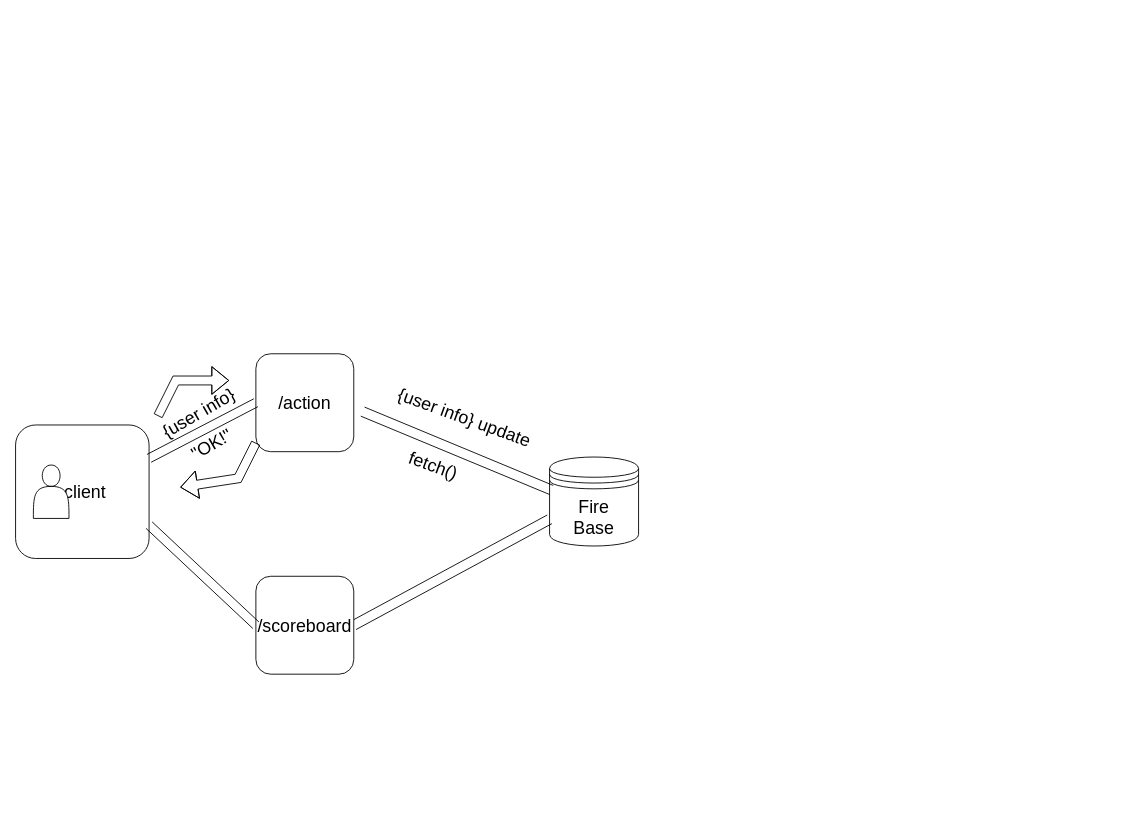
The draw.io diagram INC_HC.drawio in zjvlwndehr/drawio, before the edit. Source tidied: cells renumbered, new cells numbered last; positions are measured from the earlier drawing's top-left corner, leaving out a move shared by most shapes. Both pictures are drawn from the tidied source at 89%, with x=0, y=0 at pixel (15, 353).
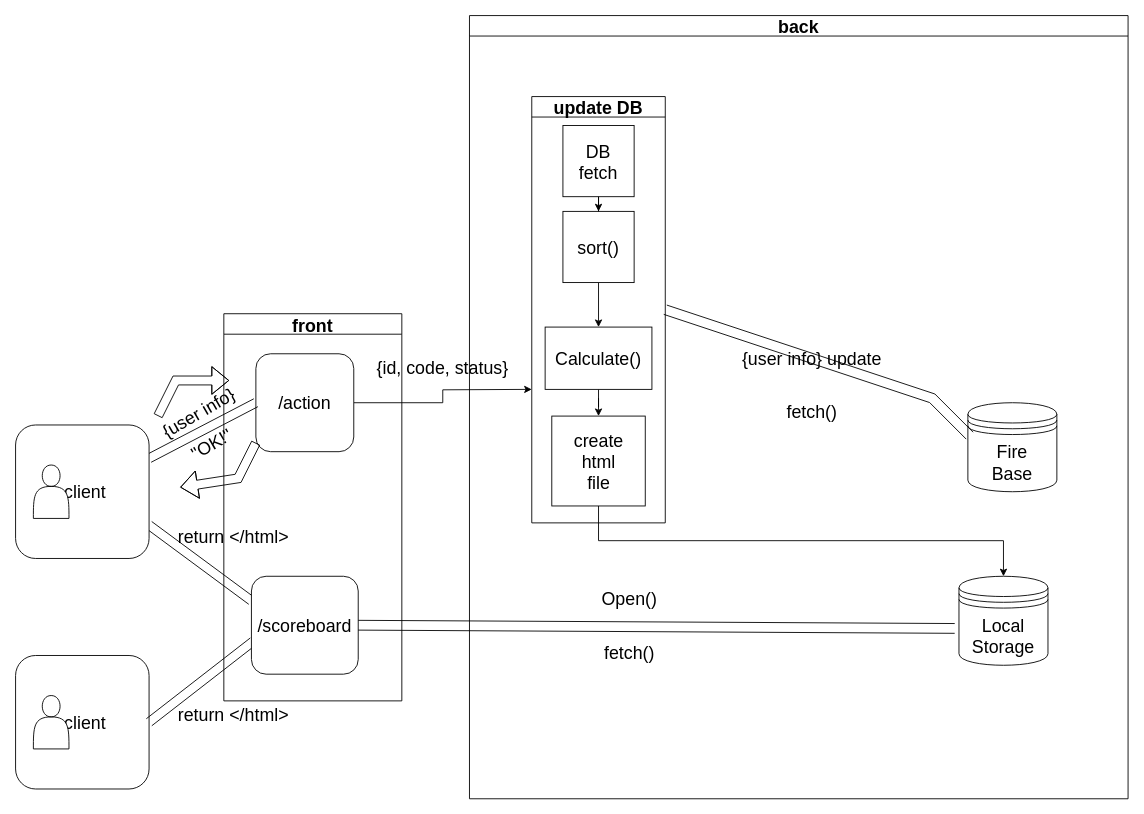
The same page after the edit.

Unchanged cells that the change refers to:
```xml
<mxCell id="6" value="/action" style="rounded=1;whiteSpace=wrap;html=1;fontSize=20;" parent="1" vertex="1">
  <mxGeometry x="270" width="110" height="110" as="geometry" />
</mxCell>
```

The edit, as a diff of the source:
```diff
@@
-    <mxCell id="2" value="&lt;span style=&quot;white-space: pre;&quot;&gt; &lt;/span&gt;&lt;span style=&quot;white-space: pre;&quot;&gt; &lt;/span&gt;&lt;font style=&quot;font-size: 20px;&quot;&gt;client&lt;/font&gt;" style="rounded=1;whiteSpace=wrap;html=1;" parent="1" vertex="1">
-      <mxGeometry y="80" width="150" height="150" as="geometry" />
-    </mxCell>
-    <mxCell id="3" style="shape=actor;whiteSpace=wrap;html=1;" parent="1" vertex="1">
-      <mxGeometry x="20" y="125" width="40" height="60" as="geometry" />
-    </mxCell>
-    <mxCell id="4" value="Fire&lt;br&gt;Base" style="shape=datastore;whiteSpace=wrap;html=1;fontSize=20;" parent="1" vertex="1">
-      <mxGeometry x="600" y="116" width="100" height="100" as="geometry" />
-    </mxCell>
-    <mxCell id="5" style="shape=link;html=1;rounded=0;fontSize=20;exitX=1;exitY=0.5;exitDx=0;exitDy=0;width=11;entryX=0;entryY=0.7;entryDx=0;entryDy=0;" parent="1" edge="1" source="14" target="4">
-      <mxGeometry relative="1" as="geometry" />
-    </mxCell>
+    <mxCell id="17" style="edgeStyle=orthogonalEdgeStyle;rounded=0;jettySize=auto;html=1;exitX=1;exitY=0.5;exitDx=0;exitDy=0;fontSize=20;" parent="1" edge="1" source="6">
+      <mxGeometry relative="1" as="geometry">
+        <mxPoint x="580" y="40" as="targetPoint" />
+      </mxGeometry>
+    </mxCell>
@@
+    <mxCell id="15" style="shape=link;html=1;rounded=0;fontSize=20;exitX=1;exitY=0.75;exitDx=0;exitDy=0;width=10;entryX=0;entryY=0.25;entryDx=0;entryDy=0;" parent="1" edge="1" source="2" target="14">
+      <mxGeometry x="0.13" y="81" relative="1" as="geometry">
+        <mxPoint y="-1" as="offset" />
+      </mxGeometry>
+    </mxCell>
+    <mxCell id="18" style="group;" parent="1" vertex="1">
+      <mxGeometry y="80" width="150" height="150" as="geometry" />
+    </mxCell>
+    <mxCell id="2" value="&lt;span style=&quot;white-space: pre;&quot;&gt; &lt;/span&gt;&lt;span style=&quot;white-space: pre;&quot;&gt; &lt;/span&gt;&lt;font style=&quot;font-size: 20px;&quot;&gt;client&lt;/font&gt;" style="rounded=1;whiteSpace=wrap;html=1;" parent="18" vertex="1">
+      <mxGeometry width="150" height="150" as="geometry" />
+    </mxCell>
+    <mxCell id="3" style="shape=actor;whiteSpace=wrap;html=1;" parent="18" vertex="1">
+      <mxGeometry x="20" y="45" width="40" height="60" as="geometry" />
+    </mxCell>
+    <mxCell id="19" style="group;" parent="1" vertex="1">
+      <mxGeometry y="339" width="150" height="150" as="geometry" />
+    </mxCell>
+    <mxCell id="20" value="&lt;span style=&quot;white-space: pre;&quot;&gt; &lt;/span&gt;&lt;span style=&quot;white-space: pre;&quot;&gt; &lt;/span&gt;&lt;font style=&quot;font-size: 20px;&quot;&gt;client&lt;/font&gt;" style="rounded=1;whiteSpace=wrap;html=1;" parent="19" vertex="1">
+      <mxGeometry width="150" height="150" as="geometry" />
+    </mxCell>
+    <mxCell id="21" style="shape=actor;whiteSpace=wrap;html=1;" parent="19" vertex="1">
+      <mxGeometry x="20" y="45" width="40" height="60" as="geometry" />
+    </mxCell>
+    <mxCell id="22" style="shape=link;html=1;rounded=0;fontSize=20;exitX=1;exitY=0.5;exitDx=0;exitDy=0;width=10;entryX=0.015;entryY=0.666;entryDx=0;entryDy=0;entryPerimeter=0;" parent="1" edge="1" source="20" target="14">
+      <mxGeometry x="0.13" y="81" relative="1" as="geometry">
+        <mxPoint y="-1" as="offset" />
+      </mxGeometry>
+    </mxCell>
+    <mxCell id="23" value="front" style="swimlane;fontSize=20;" parent="1" vertex="1">
+      <mxGeometry x="234" y="-45" width="200" height="435" as="geometry" />
+    </mxCell>
+    <mxCell id="14" value="/scoreboard" style="rounded=1;whiteSpace=wrap;html=1;fontSize=20;" parent="23" vertex="1">
+      <mxGeometry x="31" y="295" width="120" height="110" as="geometry" />
+    </mxCell>
+    <mxCell id="24" value="return &amp;lt;/html&amp;gt;" style="text;html=1;strokeColor=none;fillColor=none;align=center;verticalAlign=middle;whiteSpace=wrap;rounded=0;fontSize=20;" parent="23" vertex="1">
+      <mxGeometry x="-64" y="235" width="150" height="30" as="geometry" />
+    </mxCell>
+    <mxCell id="25" style="group;" parent="1" vertex="1">
+      <mxGeometry x="890" y="-33.2" width="280" height="242.2" as="geometry" />
+    </mxCell>
+    <mxCell id="26" style="group;" parent="25" vertex="1">
+      <mxGeometry width="280" height="242.2" as="geometry" />
+    </mxCell>
+    <mxCell id="4" value="Fire&lt;br&gt;Base" style="shape=datastore;whiteSpace=wrap;html=1;fontSize=20;" parent="26" vertex="1">
+      <mxGeometry x="180" y="88.2" width="100" height="100" as="geometry" />
+    </mxCell>
-    <mxCell id="12" value="fetch()" style="text;html=1;strokeColor=none;fillColor=none;align=center;verticalAlign=middle;whiteSpace=wrap;rounded=0;fontSize=20;rotation=20;" parent="1" vertex="1">
-      <mxGeometry x="440" y="110" width="60" height="30" as="geometry" />
+    <mxCell id="12" value="fetch()" style="text;html=1;strokeColor=none;fillColor=none;align=center;verticalAlign=middle;whiteSpace=wrap;rounded=0;fontSize=20;rotation=0;" parent="26" vertex="1">
+      <mxGeometry x="-25" y="83.2" width="60" height="30" as="geometry" />
     </mxCell>
-    <mxCell id="13" value="{user info} update" style="text;html=1;strokeColor=none;fillColor=none;align=center;verticalAlign=middle;whiteSpace=wrap;rounded=0;fontSize=20;rotation=20;" parent="1" vertex="1">
-      <mxGeometry x="420" y="56" width="170" height="30" as="geometry" />
+    <mxCell id="13" value="{user info} update" style="text;html=1;strokeColor=none;fillColor=none;align=center;verticalAlign=middle;whiteSpace=wrap;rounded=0;fontSize=20;rotation=0;" parent="26" vertex="1">
+      <mxGeometry x="-80" y="23.2" width="170" height="30" as="geometry" />
     </mxCell>
-    <mxCell id="14" value="/scoreboard" style="rounded=1;whiteSpace=wrap;html=1;fontSize=20;" parent="1" vertex="1">
-      <mxGeometry x="270" y="250" width="110" height="110" as="geometry" />
-    </mxCell>
-    <mxCell id="15" style="shape=link;html=1;rounded=0;fontSize=20;exitX=1;exitY=0.75;exitDx=0;exitDy=0;width=10;entryX=0;entryY=0.5;entryDx=0;entryDy=0;" parent="1" edge="1" source="2" target="14">
-      <mxGeometry x="0.13" y="81" relative="1" as="geometry">
-        <mxPoint y="-1" as="offset" />
-      </mxGeometry>
-    </mxCell>
+    <mxCell id="27" value="return &amp;lt;/html&amp;gt;" style="text;html=1;strokeColor=none;fillColor=none;align=center;verticalAlign=middle;whiteSpace=wrap;rounded=0;fontSize=20;" parent="1" vertex="1">
+      <mxGeometry x="170" y="390" width="150" height="30" as="geometry" />
+    </mxCell>
+    <mxCell id="28" value="{id, code, status}" style="text;html=1;strokeColor=none;fillColor=none;align=center;verticalAlign=middle;whiteSpace=wrap;rounded=0;fontSize=20;" parent="1" vertex="1">
+      <mxGeometry x="390" width="180" height="30" as="geometry" />
+    </mxCell>
+    <mxCell id="5" style="shape=link;html=1;rounded=0;fontSize=20;width=11;exitX=1;exitY=0.5;exitDx=0;exitDy=0;entryX=-0.048;entryY=0.586;entryDx=0;entryDy=0;entryPerimeter=0;" parent="1" edge="1" source="14" target="29">
+      <mxGeometry relative="1" as="geometry" />
+    </mxCell>
+    <mxCell id="29" value="Local&lt;br&gt;Storage" style="shape=datastore;whiteSpace=wrap;html=1;fontSize=20;" parent="1" vertex="1">
+      <mxGeometry x="1060" y="250" width="100" height="100" as="geometry" />
+    </mxCell>
+    <mxCell id="30" style="edgeStyle=orthogonalEdgeStyle;rounded=0;jettySize=auto;html=1;entryX=0.5;entryY=0;entryDx=0;entryDy=0;fontSize=20;" parent="1" edge="1" source="39" target="29">
+      <mxGeometry relative="1" as="geometry">
+        <Array as="points">
+          <mxPoint x="655" y="210" />
+          <mxPoint x="1110" y="210" />
+        </Array>
+      </mxGeometry>
+    </mxCell>
+    <mxCell id="31" value="Open()" style="text;html=1;strokeColor=none;fillColor=none;align=center;verticalAlign=middle;whiteSpace=wrap;rounded=0;fontSize=20;" parent="1" vertex="1">
+      <mxGeometry x="660" y="260" width="60" height="30" as="geometry" />
+    </mxCell>
+    <mxCell id="32" value="fetch()" style="text;html=1;strokeColor=none;fillColor=none;align=center;verticalAlign=middle;whiteSpace=wrap;rounded=0;fontSize=20;" parent="1" vertex="1">
+      <mxGeometry x="660" y="320" width="60" height="30" as="geometry" />
+    </mxCell>
+    <mxCell id="33" value="back" style="swimlane;fontSize=20;" parent="1" vertex="1">
+      <mxGeometry x="510" y="-380" width="740" height="880" as="geometry" />
+    </mxCell>
+    <mxCell id="34" value="update DB" style="swimlane;fontSize=20;startSize=23;" parent="33" vertex="1">
+      <mxGeometry x="70" y="91" width="150" height="479" as="geometry" />
+    </mxCell>
+    <mxCell id="35" style="edgeStyle=orthogonalEdgeStyle;rounded=0;jettySize=auto;html=1;fontSize=20;" parent="34" edge="1" source="36" target="38">
+      <mxGeometry relative="1" as="geometry" />
+    </mxCell>
+    <mxCell id="36" value="DB&lt;br&gt;fetch" style="whiteSpace=wrap;html=1;fontSize=20;" parent="34" vertex="1">
+      <mxGeometry x="35" y="32.5" width="80" height="80" as="geometry" />
+    </mxCell>
+    <mxCell id="37" style="edgeStyle=orthogonalEdgeStyle;rounded=0;jettySize=auto;html=1;fontSize=20;" parent="34" edge="1" source="38" target="41">
+      <mxGeometry relative="1" as="geometry" />
+    </mxCell>
+    <mxCell id="38" value="sort()" style="whiteSpace=wrap;html=1;fontSize=20;" parent="34" vertex="1">
+      <mxGeometry x="35" y="129" width="80" height="80" as="geometry" />
+    </mxCell>
+    <mxCell id="39" value="create&lt;br&gt;html&lt;br&gt;file" style="whiteSpace=wrap;html=1;fontSize=20;" parent="34" vertex="1">
+      <mxGeometry x="22.5" y="359" width="105" height="101" as="geometry" />
+    </mxCell>
+    <mxCell id="40" style="edgeStyle=orthogonalEdgeStyle;rounded=0;jettySize=auto;html=1;fontSize=20;" parent="34" edge="1" source="41" target="39">
+      <mxGeometry relative="1" as="geometry" />
+    </mxCell>
+    <mxCell id="41" value="Calculate()" style="whiteSpace=wrap;html=1;fontSize=20;" parent="34" vertex="1">
+      <mxGeometry x="15" y="259" width="120" height="70" as="geometry" />
+    </mxCell>
-    <mxCell id="16" style="shape=link;html=1;rounded=0;fontSize=20;exitX=1;exitY=0.5;exitDx=0;exitDy=0;width=11;entryX=0.02;entryY=0.37;entryDx=0;entryDy=0;entryPerimeter=0;" parent="1" edge="1" target="4">
+    <mxCell id="16" style="shape=link;html=1;rounded=0;fontSize=20;width=11;entryX=0.02;entryY=0.37;entryDx=0;entryDy=0;entryPerimeter=0;exitX=1;exitY=0.5;exitDx=0;exitDy=0;" parent="1" edge="1" source="34" target="4">
       <mxGeometry relative="1" as="geometry">
-        <mxPoint x="390" y="65" as="sourcePoint" />
+        <Array as="points">
+          <mxPoint x="1030" y="50" />
+        </Array>
       </mxGeometry>
     </mxCell>
```
